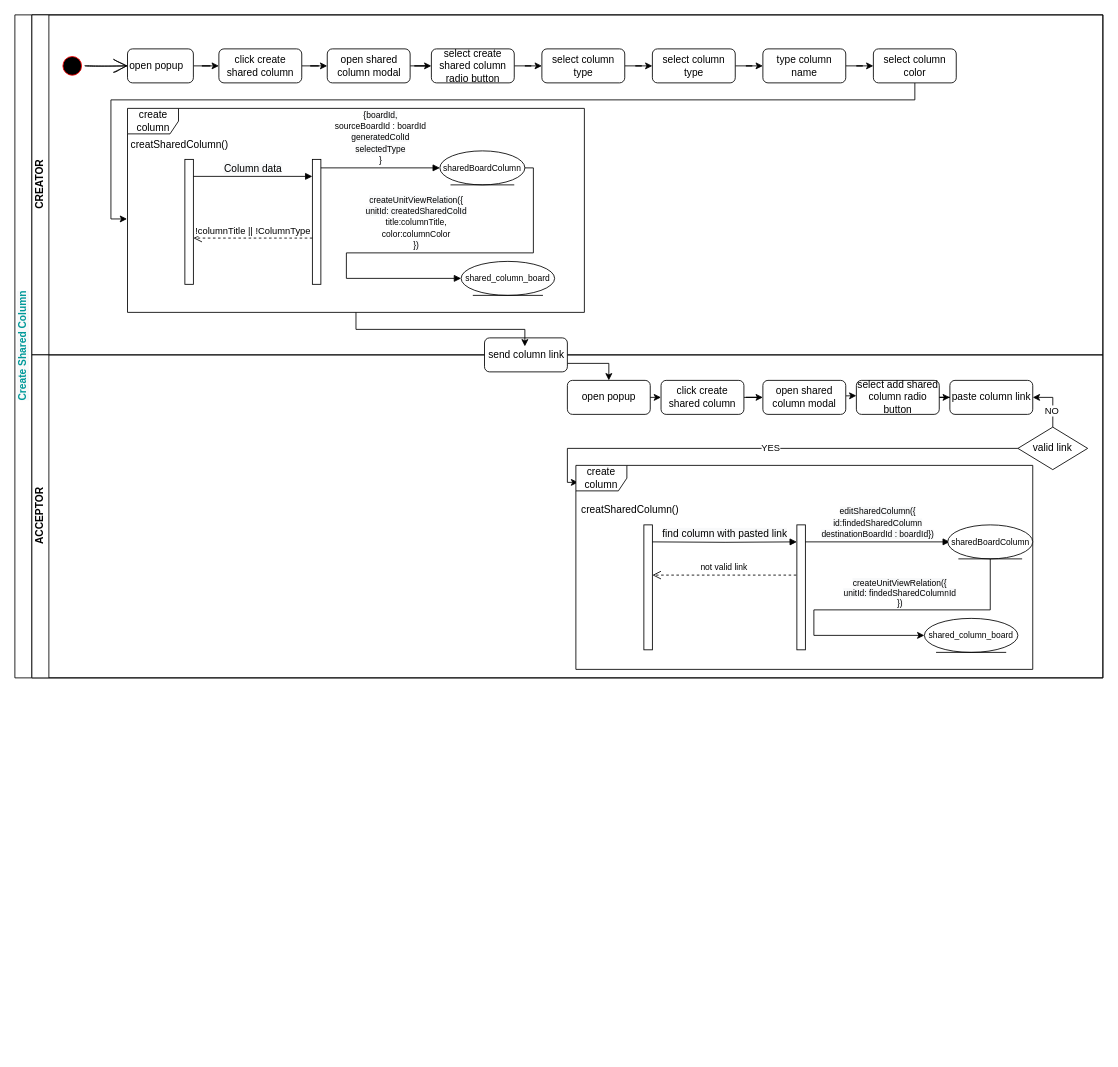
Above: page "SHARED COLUMN" (3 of 3) of Untitled Diagram.drawio in Straider71/test (draw.io), before the change. Source tidied: cells renumbered, new cells numbered last; positions are measured from the earlier drawing's top-left corner, leaving out a move shared by most shapes. Both pictures are drawn from the tidied source at 85%, with x=0, y=0 at pixel (14, 14).
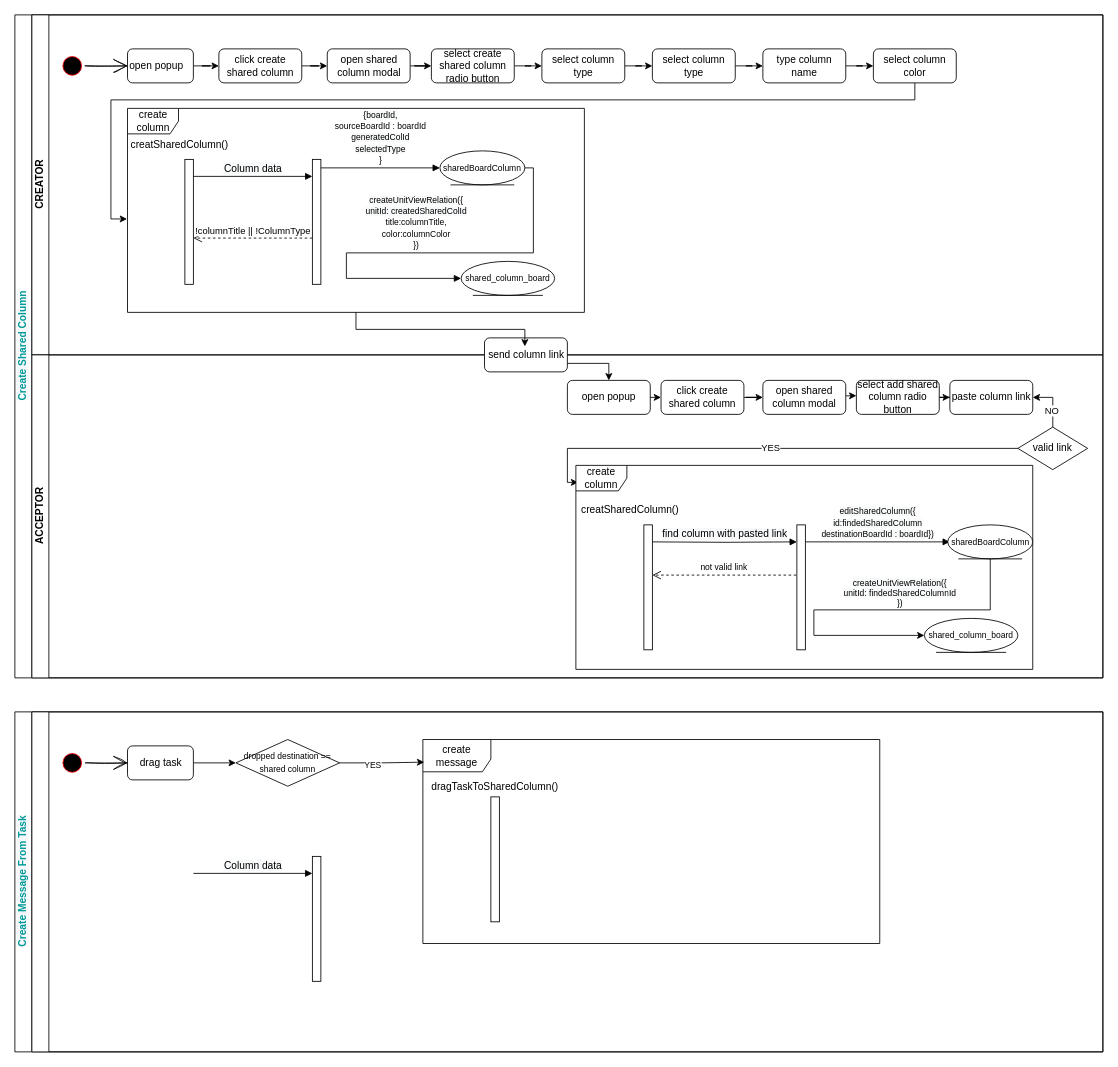
The same page after the edit.

Diff of the diagram source:
```diff
@@
+    <mxCell id="59" value="&lt;b style=&quot;color: rgb(0 , 153 , 153) ; background-color: rgb(248 , 249 , 250)&quot;&gt;&lt;font style=&quot;font-size: 12px&quot;&gt;Create Message From Task&lt;/font&gt;&lt;/b&gt;" style="swimlane;html=1;horizontal=0;startSize=20;" parent="1" vertex="1">
+      <mxGeometry y="820" width="1280" height="400" as="geometry" />
+    </mxCell>
+    <mxCell id="60" style="swimlane;html=1;startSize=20;horizontal=0;" parent="59" vertex="1">
+      <mxGeometry x="20" width="1260" height="400" as="geometry" />
+    </mxCell>
+    <mxCell id="61" style="edgeStyle=orthogonalEdgeStyle;rounded=0;jettySize=auto;html=1;fontSize=10;" parent="60" edge="1" source="62" target="72">
+      <mxGeometry relative="1" as="geometry" />
+    </mxCell>
+    <mxCell id="62" value="drag task" style="rounded=1;whiteSpace=wrap;html=1;fontFamily=Helvetica;fontSize=12;fontColor=#000000;align=center;" parent="60" vertex="1">
+      <mxGeometry x="112.5" y="40" width="77.5" height="40" as="geometry" />
+    </mxCell>
+    <mxCell id="63" style="edgeStyle=none;curved=1;rounded=0;sketch=1;hachureGap=4;jettySize=auto;html=1;entryX=0;entryY=0.5;entryDx=0;entryDy=0;fontFamily=Architects Daughter;fontSize=12;endArrow=open;startSize=14;endSize=14;sourcePerimeterSpacing=8;targetPerimeterSpacing=8;exitX=1;exitY=0.5;exitDx=0;exitDy=0;" parent="60" edge="1" source="64" target="62">
+      <mxGeometry relative="1" as="geometry" />
+    </mxCell>
+    <mxCell id="64" style="ellipse;html=1;shape=startState;fillColor=#000000;strokeColor=#ff0000;" parent="60" vertex="1">
+      <mxGeometry x="32.5" y="45" width="30" height="30" as="geometry" />
+    </mxCell>
+    <mxCell id="65" value="create message" style="shape=umlFrame;whiteSpace=wrap;html=1;width=80;height=38;" parent="60" vertex="1">
+      <mxGeometry x="460" y="32.5" width="537.5" height="240" as="geometry" />
+    </mxCell>
+    <mxCell id="66" style="html=1;perimeter=orthogonalPerimeter;" parent="60" vertex="1">
+      <mxGeometry x="540" y="100" width="10" height="147" as="geometry" />
+    </mxCell>
+    <mxCell id="67" style="html=1;perimeter=orthogonalPerimeter;" parent="60" vertex="1">
+      <mxGeometry x="330" y="170" width="10" height="147" as="geometry" />
+    </mxCell>
+    <mxCell id="68" value="&lt;span style=&quot;font-size: 12px ; background-color: rgb(248 , 249 , 250)&quot;&gt;Column data&lt;/span&gt;" style="html=1;verticalAlign=bottom;endArrow=block;rounded=0;edgeStyle=orthogonalEdgeStyle;exitX=1.047;exitY=0.123;exitDx=0;exitDy=0;exitPerimeter=0;entryX=0.047;entryY=0.123;entryDx=0;entryDy=0;entryPerimeter=0;" parent="60" edge="1">
+      <mxGeometry relative="1" as="geometry">
+        <mxPoint x="190" y="190" as="sourcePoint" />
+        <mxPoint x="330" y="190" as="targetPoint" />
+      </mxGeometry>
+    </mxCell>
+    <mxCell id="69" value="dragTaskToSharedColumn()" style="text;html=1;strokeColor=none;fillColor=none;align=center;verticalAlign=middle;whiteSpace=wrap;rounded=0;" parent="60" vertex="1">
+      <mxGeometry x="491.2" y="75" width="107.5" height="25" as="geometry" />
+    </mxCell>
+    <mxCell id="70" style="edgeStyle=orthogonalEdgeStyle;rounded=0;jettySize=auto;html=1;entryX=0.003;entryY=0.111;entryDx=0;entryDy=0;entryPerimeter=0;fontSize=10;" parent="60" edge="1" source="72" target="65">
+      <mxGeometry relative="1" as="geometry" />
+    </mxCell>
+    <mxCell id="71" value="YES" style="edgeLabel;html=1;align=center;verticalAlign=middle;fontSize=10;" parent="70" vertex="1">
+      <mxGeometry x="-0.25" y="-1" relative="1" as="geometry" />
+    </mxCell>
+    <mxCell id="72" value="&lt;font face=&quot;Helvetica&quot; style=&quot;font-size: 10px&quot;&gt;dropped destination == shared column&lt;/font&gt;" style="rhombus;whiteSpace=wrap;html=1;rounded=0;sketch=0;hachureGap=4;fontFamily=Architects Daughter;fontSize=12;" parent="60" vertex="1">
+      <mxGeometry x="240" y="32.5" width="122.1" height="55" as="geometry" />
+    </mxCell>
```
